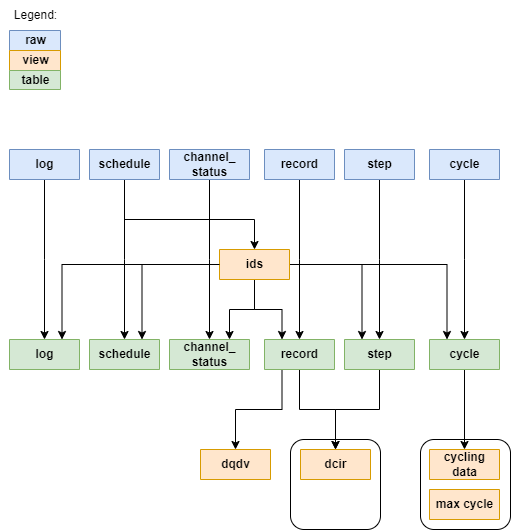
Before: images/neware_db_structure.png, a diagram exported from draw.io (BASQUEVOLT/NewareDB). Source tidied: cells renumbered, new cells last; positions are measured from the earlier drawing's top-left corner, leaving out a move shared by most shapes.
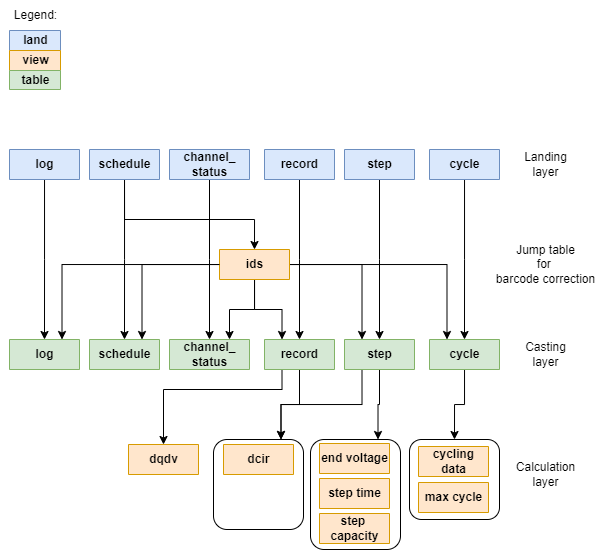
Later version of the same file.

Commit message:
included calculation folder and new database structure image

The edit, as a diff of the source:
```diff
@@ -2,17 +2,17 @@
   <root>
     <mxCell id="0" />
     <mxCell id="1" parent="0" />
-    <mxCell id="2" style="rounded=1;whiteSpace=wrap;html=1;" parent="1" vertex="1">
-      <mxGeometry x="290" y="439" width="90" height="90" as="geometry" />
-    </mxCell>
-    <mxCell id="3" style="rounded=1;whiteSpace=wrap;html=1;" parent="1" vertex="1">
-      <mxGeometry x="420" y="439" width="90" height="90" as="geometry" />
-    </mxCell>
-    <mxCell id="4" style="edgeStyle=orthogonalEdgeStyle;rounded=0;jettySize=auto;html=1;" parent="1" edge="1" source="5">
-      <mxGeometry relative="1" as="geometry">
-        <mxPoint x="44" y="339" as="targetPoint" />
-      </mxGeometry>
-    </mxCell>
+    <mxCell id="42" style="rounded=1;whiteSpace=wrap;html=1;" parent="1" vertex="1">
+      <mxGeometry x="213" y="439" width="90" height="90" as="geometry" />
+    </mxCell>
+    <mxCell id="43" style="rounded=1;whiteSpace=wrap;html=1;" parent="1" vertex="1">
+      <mxGeometry x="409" y="439" width="90" height="80" as="geometry" />
+    </mxCell>
+    <mxCell id="44" style="edgeStyle=orthogonalEdgeStyle;rounded=0;jettySize=auto;html=1;" parent="1" edge="1" source="5">
+      <mxGeometry relative="1" as="geometry">
+        <mxPoint x="44" y="339" as="targetPoint" />
+      </mxGeometry>
+    </mxCell>
     <mxCell id="5" value="log" style="shape=table;startSize=30;rowLines=0;fontStyle=1;align=center;html=1;fillColor=#dae8fc;strokeColor=#6c8ebf;" parent="1" vertex="1" collapsed="1">
       <mxGeometry x="9" y="149" width="70" height="30" as="geometry" />
     </mxCell>
@@ -24,43 +24,43 @@
         </Array>
       </mxGeometry>
     </mxCell>
-    <mxCell id="7" style="edgeStyle=orthogonalEdgeStyle;rounded=0;jettySize=auto;html=1;" parent="1" edge="1" source="8">
-      <mxGeometry relative="1" as="geometry">
-        <mxPoint x="124" y="339" as="targetPoint" />
-      </mxGeometry>
-    </mxCell>
+    <mxCell id="45" style="edgeStyle=orthogonalEdgeStyle;rounded=0;jettySize=auto;html=1;" parent="1" edge="1" source="8">
+      <mxGeometry relative="1" as="geometry">
+        <mxPoint x="124" y="339" as="targetPoint" />
+      </mxGeometry>
+    </mxCell>
     <mxCell id="8" value="schedule" style="shape=table;startSize=30;rowLines=0;fontStyle=1;align=center;html=1;fillColor=#dae8fc;strokeColor=#6c8ebf;" parent="1" vertex="1" collapsed="1">
       <mxGeometry x="89" y="149" width="70" height="30" as="geometry" />
     </mxCell>
-    <mxCell id="9" style="edgeStyle=orthogonalEdgeStyle;rounded=0;jettySize=auto;html=1;" parent="1" edge="1" source="10">
-      <mxGeometry relative="1" as="geometry">
-        <mxPoint x="209" y="339" as="targetPoint" />
-      </mxGeometry>
-    </mxCell>
+    <mxCell id="46" style="edgeStyle=orthogonalEdgeStyle;rounded=0;jettySize=auto;html=1;" parent="1" edge="1" source="10">
+      <mxGeometry relative="1" as="geometry">
+        <mxPoint x="209" y="339" as="targetPoint" />
+      </mxGeometry>
+    </mxCell>
     <mxCell id="10" value="channel_&lt;div&gt;status&lt;/div&gt;" style="shape=table;startSize=30;rowLines=0;fontStyle=1;align=center;html=1;fillColor=#dae8fc;strokeColor=#6c8ebf;" parent="1" vertex="1" collapsed="1">
       <mxGeometry x="169" y="149" width="80" height="30" as="geometry" />
     </mxCell>
-    <mxCell id="11" style="edgeStyle=orthogonalEdgeStyle;rounded=0;jettySize=auto;html=1;" parent="1" edge="1" source="12">
-      <mxGeometry relative="1" as="geometry">
-        <mxPoint x="299" y="339" as="targetPoint" />
-      </mxGeometry>
-    </mxCell>
+    <mxCell id="47" style="edgeStyle=orthogonalEdgeStyle;rounded=0;jettySize=auto;html=1;" parent="1" edge="1" source="12">
+      <mxGeometry relative="1" as="geometry">
+        <mxPoint x="299" y="339" as="targetPoint" />
+      </mxGeometry>
+    </mxCell>
     <mxCell id="12" value="record" style="shape=table;startSize=30;rowLines=0;fontStyle=1;align=center;html=1;fillColor=#dae8fc;strokeColor=#6c8ebf;" parent="1" vertex="1" collapsed="1">
       <mxGeometry x="264" y="149" width="70" height="30" as="geometry" />
     </mxCell>
-    <mxCell id="13" style="edgeStyle=orthogonalEdgeStyle;rounded=0;jettySize=auto;html=1;" parent="1" edge="1" source="14">
-      <mxGeometry relative="1" as="geometry">
-        <mxPoint x="379" y="339" as="targetPoint" />
-      </mxGeometry>
-    </mxCell>
+    <mxCell id="48" style="edgeStyle=orthogonalEdgeStyle;rounded=0;jettySize=auto;html=1;" parent="1" edge="1" source="14">
+      <mxGeometry relative="1" as="geometry">
+        <mxPoint x="379" y="339" as="targetPoint" />
+      </mxGeometry>
+    </mxCell>
     <mxCell id="14" value="step" style="shape=table;startSize=30;rowLines=0;fontStyle=1;align=center;html=1;fillColor=#dae8fc;strokeColor=#6c8ebf;" parent="1" vertex="1" collapsed="1">
       <mxGeometry x="344" y="149" width="70" height="30" as="geometry" />
     </mxCell>
-    <mxCell id="15" style="edgeStyle=orthogonalEdgeStyle;rounded=0;jettySize=auto;html=1;" parent="1" edge="1" source="16">
-      <mxGeometry relative="1" as="geometry">
-        <mxPoint x="464" y="339" as="targetPoint" />
-      </mxGeometry>
-    </mxCell>
+    <mxCell id="49" style="edgeStyle=orthogonalEdgeStyle;rounded=0;jettySize=auto;html=1;" parent="1" edge="1" source="16">
+      <mxGeometry relative="1" as="geometry">
+        <mxPoint x="464" y="339" as="targetPoint" />
+      </mxGeometry>
+    </mxCell>
     <mxCell id="16" value="cycle" style="shape=table;startSize=30;rowLines=0;fontStyle=1;align=center;html=1;fillColor=#dae8fc;strokeColor=#6c8ebf;" parent="1" vertex="1" collapsed="1">
       <mxGeometry x="429" y="149" width="70" height="30" as="geometry" />
     </mxCell>
@@ -91,33 +91,41 @@
     <mxCell id="25" value="channel_&lt;div&gt;status&lt;/div&gt;" style="shape=table;startSize=30;rowLines=0;fontStyle=1;align=center;html=1;fillColor=#d5e8d4;strokeColor=#82b366;" parent="1" vertex="1" collapsed="1">
       <mxGeometry x="169" y="339" width="80" height="30" as="geometry" />
     </mxCell>
-    <mxCell id="26" style="edgeStyle=orthogonalEdgeStyle;rounded=0;jettySize=auto;html=1;entryX=0.5;entryY=0;entryDx=0;entryDy=0;" parent="1" edge="1" source="28" target="38">
-      <mxGeometry relative="1" as="geometry" />
-    </mxCell>
+    <mxCell id="50" style="edgeStyle=orthogonalEdgeStyle;rounded=0;jettySize=auto;html=1;entryX=0.75;entryY=0;entryDx=0;entryDy=0;" parent="1" edge="1" source="28" target="42">
+      <mxGeometry relative="1" as="geometry" />
+    </mxCell>
     <mxCell id="27" style="edgeStyle=orthogonalEdgeStyle;rounded=0;jettySize=auto;html=1;entryX=0.5;entryY=0;entryDx=0;entryDy=0;exitX=0.25;exitY=1;exitDx=0;exitDy=0;" parent="1" edge="1" source="28" target="39">
-      <mxGeometry relative="1" as="geometry" />
+      <mxGeometry relative="1" as="geometry">
+        <Array as="points">
+          <mxPoint x="282" y="389" />
+          <mxPoint x="163" y="389" />
+        </Array>
+      </mxGeometry>
     </mxCell>
     <mxCell id="28" value="record" style="shape=table;startSize=30;rowLines=0;fontStyle=1;align=center;html=1;fillColor=#d5e8d4;strokeColor=#82b366;" parent="1" vertex="1" collapsed="1">
       <mxGeometry x="264" y="339" width="70" height="30" as="geometry" />
     </mxCell>
-    <mxCell id="29" style="edgeStyle=orthogonalEdgeStyle;rounded=0;jettySize=auto;html=1;entryX=0.5;entryY=0;entryDx=0;entryDy=0;" parent="1" edge="1" source="30" target="38">
-      <mxGeometry relative="1" as="geometry" />
-    </mxCell>
+    <mxCell id="51" style="edgeStyle=orthogonalEdgeStyle;rounded=0;jettySize=auto;html=1;entryX=0.75;entryY=0;entryDx=0;entryDy=0;" parent="1" edge="1" source="30" target="55">
+      <mxGeometry relative="1" as="geometry" />
+    </mxCell>
+    <mxCell id="52" style="edgeStyle=orthogonalEdgeStyle;rounded=0;jettySize=auto;html=1;entryX=0.75;entryY=0;entryDx=0;entryDy=0;exitX=0.25;exitY=1;exitDx=0;exitDy=0;" parent="1" edge="1" source="30" target="42">
+      <mxGeometry relative="1" as="geometry" />
+    </mxCell>
     <mxCell id="30" value="step" style="shape=table;startSize=30;rowLines=0;fontStyle=1;align=center;html=1;fillColor=#d5e8d4;strokeColor=#82b366;" parent="1" vertex="1" collapsed="1">
       <mxGeometry x="344" y="339" width="70" height="30" as="geometry" />
     </mxCell>
-    <mxCell id="31" style="edgeStyle=orthogonalEdgeStyle;rounded=0;jettySize=auto;html=1;entryX=0.5;entryY=0;entryDx=0;entryDy=0;" parent="1" edge="1" source="32" target="40">
-      <mxGeometry relative="1" as="geometry" />
-    </mxCell>
+    <mxCell id="53" style="edgeStyle=orthogonalEdgeStyle;rounded=0;jettySize=auto;html=1;entryX=0.5;entryY=0;entryDx=0;entryDy=0;" parent="1" edge="1" source="32" target="43">
+      <mxGeometry relative="1" as="geometry" />
+    </mxCell>
     <mxCell id="32" value="cycle" style="shape=table;startSize=30;rowLines=0;fontStyle=1;align=center;html=1;fillColor=#d5e8d4;strokeColor=#82b366;" parent="1" vertex="1" collapsed="1">
       <mxGeometry x="429" y="339" width="70" height="30" as="geometry" />
     </mxCell>
     <mxCell id="33" style="edgeStyle=orthogonalEdgeStyle;rounded=0;jettySize=auto;html=1;entryX=0.75;entryY=0;entryDx=0;entryDy=0;" parent="1" edge="1" source="22" target="24">
       <mxGeometry relative="1" as="geometry" />
     </mxCell>
-    <mxCell id="34" value="raw" style="shape=table;startSize=30;rowLines=0;fontStyle=1;align=center;html=1;fillColor=#dae8fc;strokeColor=#6c8ebf;" parent="1" vertex="1" collapsed="1">
-      <mxGeometry x="9" y="30" width="51" height="20" as="geometry" />
-    </mxCell>
+    <mxCell id="54" value="land" style="shape=table;startSize=30;rowLines=0;fontStyle=1;align=center;html=1;fillColor=#dae8fc;strokeColor=#6c8ebf;" parent="1" vertex="1" collapsed="1">
+      <mxGeometry x="9" y="30" width="51" height="20" as="geometry" />
+    </mxCell>
     <mxCell id="35" value="view" style="shape=table;startSize=30;rowLines=0;fontStyle=1;align=center;html=1;fillColor=#ffe6cc;strokeColor=#d79b00;" parent="1" vertex="1" collapsed="1">
       <mxGeometry x="9" y="50" width="51" height="20" as="geometry" />
     </mxCell>
@@ -128,16 +136,40 @@
       <mxGeometry x="9" y="70" width="51" height="19" as="geometry" />
     </mxCell>
     <mxCell id="38" value="dcir" style="shape=table;startSize=30;rowLines=0;fontStyle=1;align=center;html=1;fillColor=#ffe6cc;strokeColor=#d79b00;" parent="1" vertex="1" collapsed="1">
-      <mxGeometry x="300" y="449" width="70" height="30" as="geometry" />
+      <mxGeometry x="223" y="444" width="70" height="30" as="geometry" />
     </mxCell>
     <mxCell id="39" value="dqdv" style="shape=table;startSize=30;rowLines=0;fontStyle=1;align=center;html=1;fillColor=#ffe6cc;strokeColor=#d79b00;" parent="1" vertex="1" collapsed="1">
-      <mxGeometry x="200" y="449" width="70" height="30" as="geometry" />
+      <mxGeometry x="128" y="444" width="70" height="30" as="geometry" />
     </mxCell>
     <mxCell id="40" value="cycling&lt;div&gt;data&lt;/div&gt;" style="shape=table;startSize=30;rowLines=0;fontStyle=1;align=center;html=1;fillColor=#ffe6cc;strokeColor=#d79b00;" parent="1" vertex="1" collapsed="1">
-      <mxGeometry x="429" y="449" width="70" height="30" as="geometry" />
+      <mxGeometry x="418" y="446" width="70" height="30" as="geometry" />
     </mxCell>
     <mxCell id="41" value="max cycle" style="shape=table;startSize=30;rowLines=0;fontStyle=1;align=center;html=1;fillColor=#ffe6cc;strokeColor=#d79b00;" parent="1" vertex="1" collapsed="1">
-      <mxGeometry x="429" y="489" width="70" height="30" as="geometry" />
+      <mxGeometry x="418" y="482" width="70" height="30" as="geometry" />
     </mxCell>
+    <mxCell id="55" style="rounded=1;whiteSpace=wrap;html=1;" parent="1" vertex="1">
+      <mxGeometry x="310" y="439" width="90" height="110" as="geometry" />
+    </mxCell>
+    <mxCell id="56" value="end voltage" style="shape=table;startSize=30;rowLines=0;fontStyle=1;align=center;html=1;fillColor=#ffe6cc;strokeColor=#d79b00;" parent="1" vertex="1" collapsed="1">
+      <mxGeometry x="319" y="443" width="70" height="30" as="geometry" />
+    </mxCell>
+    <mxCell id="57" value="step time" style="shape=table;startSize=30;rowLines=0;fontStyle=1;align=center;html=1;fillColor=#ffe6cc;strokeColor=#d79b00;" parent="1" vertex="1" collapsed="1">
+      <mxGeometry x="319" y="478" width="70" height="30" as="geometry" />
+    </mxCell>
+    <mxCell id="58" value="step&amp;nbsp;&lt;div&gt;capacity&lt;/div&gt;" style="shape=table;startSize=30;rowLines=0;fontStyle=1;align=center;html=1;fillColor=#ffe6cc;strokeColor=#d79b00;" parent="1" vertex="1" collapsed="1">
+      <mxGeometry x="319" y="513" width="70" height="30" as="geometry" />
+    </mxCell>
+    <mxCell id="59" value="Landing&lt;div&gt;layer&lt;/div&gt;" style="text;html=1;align=center;verticalAlign=middle;strokeColor=none;fillColor=none;" parent="1" vertex="1">
+      <mxGeometry x="510" y="144" width="70" height="40" as="geometry" />
+    </mxCell>
+    <mxCell id="60" value="Jump table&lt;div&gt;for&amp;nbsp;&lt;/div&gt;&lt;div&gt;barcode correction&lt;/div&gt;" style="text;html=1;align=center;verticalAlign=middle;strokeColor=none;fillColor=none;" parent="1" vertex="1">
+      <mxGeometry x="485" y="234" width="120" height="60" as="geometry" />
+    </mxCell>
+    <mxCell id="61" value="Casting&lt;div&gt;layer&lt;/div&gt;" style="text;html=1;align=center;verticalAlign=middle;strokeColor=none;fillColor=none;" parent="1" vertex="1">
+      <mxGeometry x="515" y="334" width="60" height="40" as="geometry" />
+    </mxCell>
+    <mxCell id="62" value="Calculation&lt;div&gt;layer&lt;/div&gt;" style="text;html=1;align=center;verticalAlign=middle;strokeColor=none;fillColor=none;" parent="1" vertex="1">
+      <mxGeometry x="505" y="454" width="80" height="40" as="geometry" />
+    </mxCell>
   </root>
 </mxGraphModel>
```
